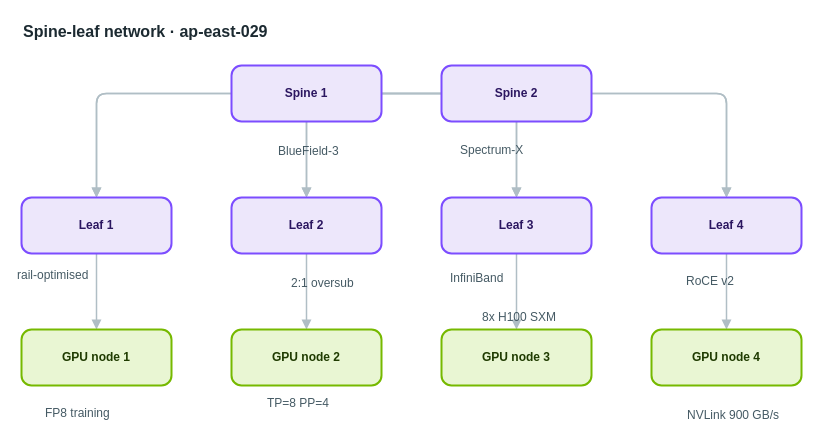
AryanG01/open-apprentice keeps this draw.io diagram as apps/web/public/samples/library/029-spine-leaf-network.drawio. Above is the earlier version. Source tidied: cells renumbered, new cells numbered last; positions are measured from the earlier drawing's top-left corner, leaving out a move shared by most shapes. Both pictures are drawn from the tidied source at 100%, with x=0, y=0 at pixel (17, 17).
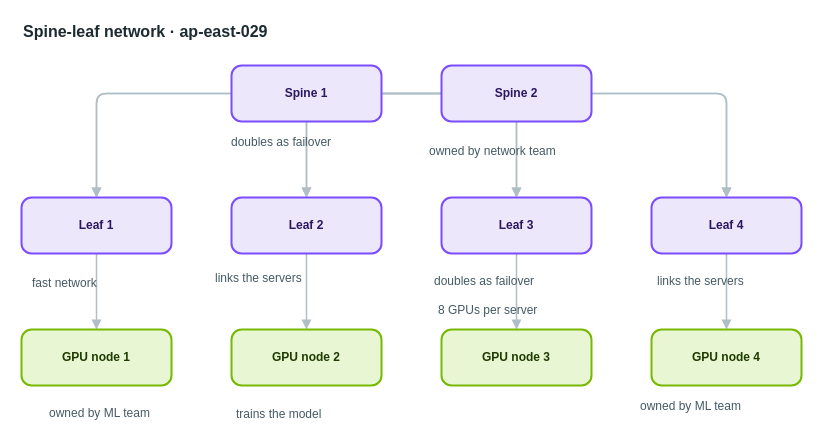
The same diagram, later.

Diff of the diagram source:
```diff
@@
-    <mxCell id="25" value="BlueField-3" style="text;html=1;align=left;verticalAlign=top;whiteSpace=nowrap;spacing=0;spacingTop=0;strokeColor=none;fillColor=none;fontSize=12;fontColor=#455a64;" parent="1" vertex="1">
-      <mxGeometry x="261" y="122" width="89" height="20" as="geometry" />
+    <mxCell id="25" value="doubles as failover" style="text;html=1;align=left;verticalAlign=top;whiteSpace=nowrap;spacing=0;spacingTop=0;strokeColor=none;fillColor=none;fontSize=12;fontColor=#455a64;" parent="1" vertex="1">
+      <mxGeometry x="214" y="113" width="145" height="20" as="geometry" />
     </mxCell>
-    <mxCell id="26" value="Spectrum-X" style="text;html=1;align=left;verticalAlign=top;whiteSpace=nowrap;spacing=0;spacingTop=0;strokeColor=none;fillColor=none;fontSize=12;fontColor=#455a64;" parent="1" vertex="1">
-      <mxGeometry x="443" y="121" width="82" height="20" as="geometry" />
+    <mxCell id="26" value="owned by network team" style="text;html=1;align=left;verticalAlign=top;whiteSpace=nowrap;spacing=0;spacingTop=0;strokeColor=none;fillColor=none;fontSize=12;fontColor=#455a64;" parent="1" vertex="1">
+      <mxGeometry x="412" y="122" width="159" height="20" as="geometry" />
     </mxCell>
-    <mxCell id="27" value="rail-optimised" style="text;html=1;align=left;verticalAlign=top;whiteSpace=nowrap;spacing=0;spacingTop=0;strokeColor=none;fillColor=none;fontSize=12;fontColor=#455a64;" parent="1" vertex="1">
-      <mxGeometry y="246" width="110" height="20" as="geometry" />
+    <mxCell id="27" value="fast network" style="text;html=1;align=left;verticalAlign=top;whiteSpace=nowrap;spacing=0;spacingTop=0;strokeColor=none;fillColor=none;fontSize=12;fontColor=#455a64;" parent="1" vertex="1">
+      <mxGeometry x="15" y="254" width="96" height="20" as="geometry" />
     </mxCell>
-    <mxCell id="28" value="2:1 oversub" style="text;html=1;align=left;verticalAlign=top;whiteSpace=nowrap;spacing=0;spacingTop=0;strokeColor=none;fillColor=none;fontSize=12;fontColor=#455a64;" parent="1" vertex="1">
-      <mxGeometry x="274" y="254" width="89" height="20" as="geometry" />
+    <mxCell id="28" value="links the servers" style="text;html=1;align=left;verticalAlign=top;whiteSpace=nowrap;spacing=0;spacingTop=0;strokeColor=none;fillColor=none;fontSize=12;fontColor=#455a64;" parent="1" vertex="1">
+      <mxGeometry x="198" y="249" width="131" height="20" as="geometry" />
     </mxCell>
-    <mxCell id="29" value="InfiniBand" style="text;html=1;align=left;verticalAlign=top;whiteSpace=nowrap;spacing=0;spacingTop=0;strokeColor=none;fillColor=none;fontSize=12;fontColor=#455a64;" parent="1" vertex="1">
-      <mxGeometry x="433" y="249" width="82" height="20" as="geometry" />
+    <mxCell id="29" value="doubles as failover" style="text;html=1;align=left;verticalAlign=top;whiteSpace=nowrap;spacing=0;spacingTop=0;strokeColor=none;fillColor=none;fontSize=12;fontColor=#455a64;" parent="1" vertex="1">
+      <mxGeometry x="417" y="252" width="145" height="20" as="geometry" />
     </mxCell>
-    <mxCell id="30" value="RoCE v2" style="text;html=1;align=left;verticalAlign=top;whiteSpace=nowrap;spacing=0;spacingTop=0;strokeColor=none;fillColor=none;fontSize=12;fontColor=#455a64;" parent="1" vertex="1">
-      <mxGeometry x="669" y="252" width="61" height="20" as="geometry" />
+    <mxCell id="30" value="links the servers" style="text;html=1;align=left;verticalAlign=top;whiteSpace=nowrap;spacing=0;spacingTop=0;strokeColor=none;fillColor=none;fontSize=12;fontColor=#455a64;" parent="1" vertex="1">
+      <mxGeometry x="640" y="252" width="131" height="20" as="geometry" />
     </mxCell>
-    <mxCell id="31" value="FP8 training" style="text;html=1;align=left;verticalAlign=top;whiteSpace=nowrap;spacing=0;spacingTop=0;strokeColor=none;fillColor=none;fontSize=12;fontColor=#455a64;" parent="1" vertex="1">
-      <mxGeometry x="28" y="384" width="96" height="20" as="geometry" />
+    <mxCell id="31" value="owned by ML team" style="text;html=1;align=left;verticalAlign=top;whiteSpace=nowrap;spacing=0;spacingTop=0;strokeColor=none;fillColor=none;fontSize=12;fontColor=#455a64;" parent="1" vertex="1">
+      <mxGeometry x="32" y="384" width="124" height="20" as="geometry" />
     </mxCell>
-    <mxCell id="32" value="TP=8 PP=4" style="text;html=1;align=left;verticalAlign=top;whiteSpace=nowrap;spacing=0;spacingTop=0;strokeColor=none;fillColor=none;fontSize=12;fontColor=#455a64;" parent="1" vertex="1">
-      <mxGeometry x="250" y="374" width="75" height="20" as="geometry" />
+    <mxCell id="32" value="trains the model" style="text;html=1;align=left;verticalAlign=top;whiteSpace=nowrap;spacing=0;spacingTop=0;strokeColor=none;fillColor=none;fontSize=12;fontColor=#455a64;" parent="1" vertex="1">
+      <mxGeometry x="219" y="385" width="124" height="20" as="geometry" />
     </mxCell>
-    <mxCell id="33" value="8x H100 SXM" style="text;html=1;align=left;verticalAlign=top;whiteSpace=nowrap;spacing=0;spacingTop=0;strokeColor=none;fillColor=none;fontSize=12;fontColor=#455a64;" parent="1" vertex="1">
-      <mxGeometry x="465" y="288" width="89" height="20" as="geometry" />
+    <mxCell id="33" value="8 GPUs per server" style="text;html=1;align=left;verticalAlign=top;whiteSpace=nowrap;spacing=0;spacingTop=0;strokeColor=none;fillColor=none;fontSize=12;fontColor=#455a64;" parent="1" vertex="1">
+      <mxGeometry x="421" y="281" width="131" height="20" as="geometry" />
     </mxCell>
-    <mxCell id="34" value="NVLink 900 GB/s" style="text;html=1;align=left;verticalAlign=top;whiteSpace=nowrap;spacing=0;spacingTop=0;strokeColor=none;fillColor=none;fontSize=12;fontColor=#455a64;" parent="1" vertex="1">
-      <mxGeometry x="670" y="386" width="117" height="20" as="geometry" />
+    <mxCell id="34" value="owned by ML team" style="text;html=1;align=left;verticalAlign=top;whiteSpace=nowrap;spacing=0;spacingTop=0;strokeColor=none;fillColor=none;fontSize=12;fontColor=#455a64;" parent="1" vertex="1">
+      <mxGeometry x="623" y="377" width="124" height="20" as="geometry" />
     </mxCell>
```
